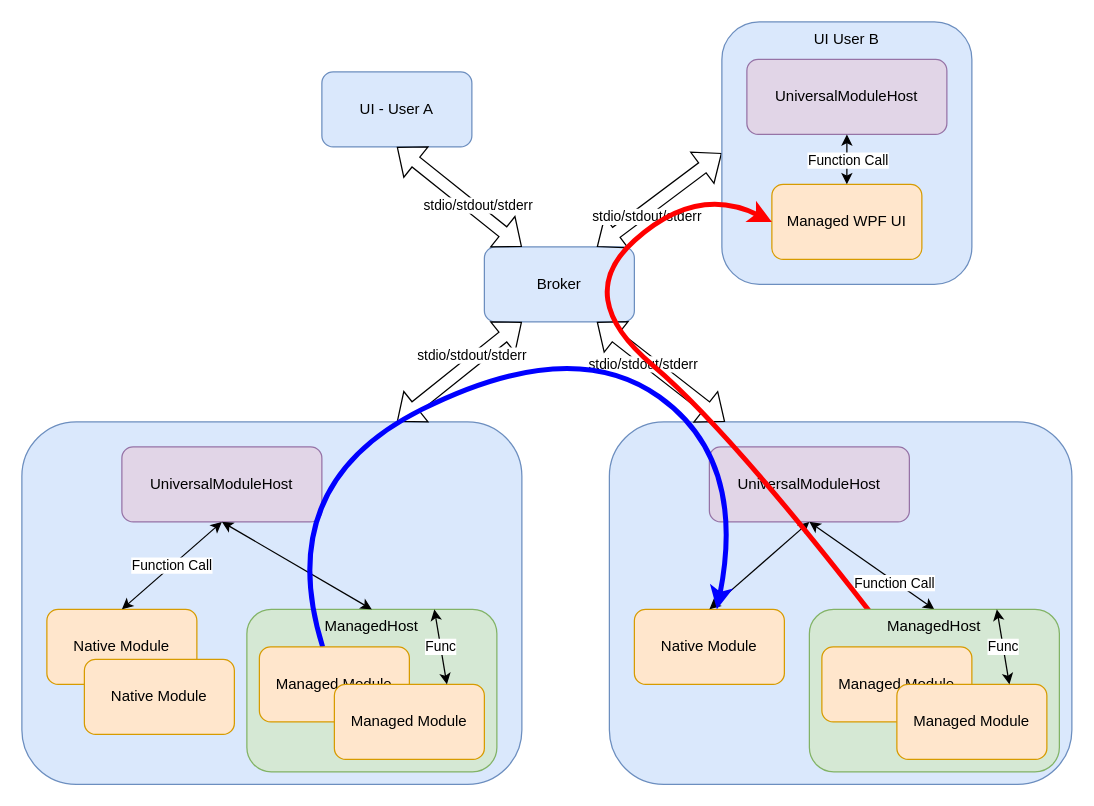
Above: img/BrokerProcess.drawio in AndreGleichner/UniversalModuleHost (draw.io), before the change. Source tidied: cells renumbered, new cells numbered last; positions are measured from the earlier drawing's top-left corner, leaving out a move shared by most shapes. Both pictures are drawn from the tidied source at 125%, with x=0, y=0 at pixel (21, 21).
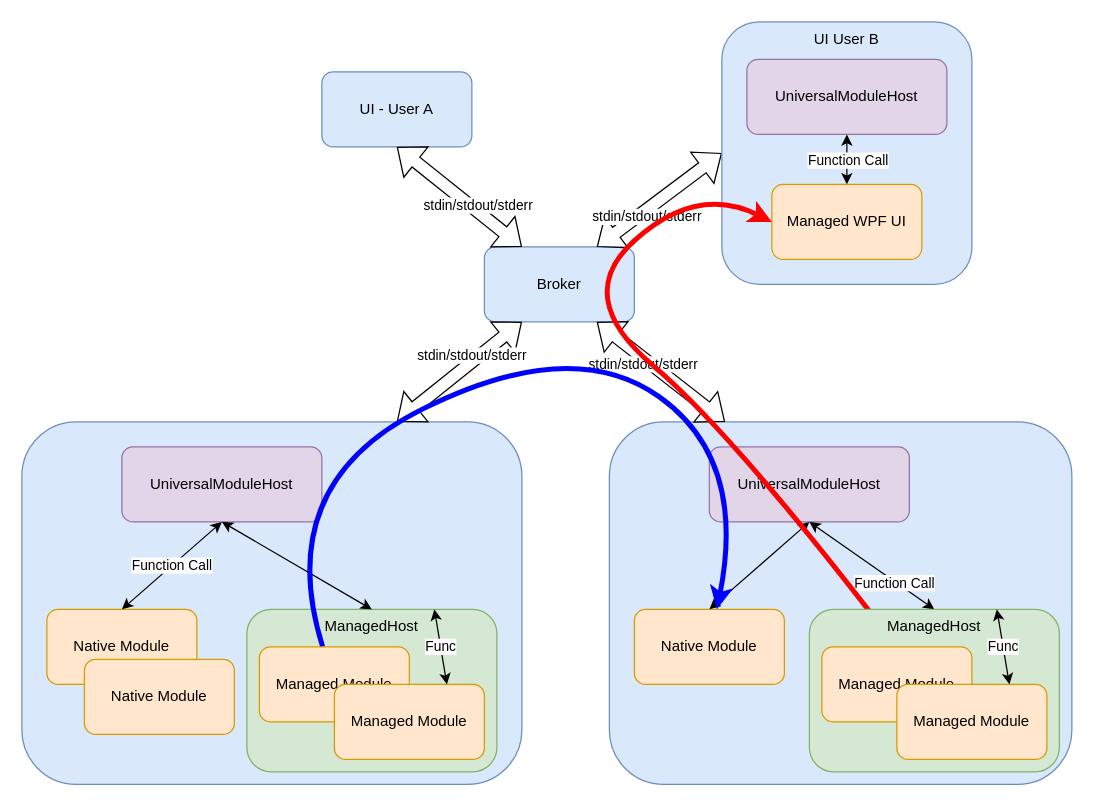
The same diagram, later.

Unchanged cells that the change refers to:
```xml
<mxCell id="9" style="shape=flexArrow;endArrow=classic;startArrow=classic;html=1;rounded=0;entryX=0.25;entryY=1;entryDx=0;entryDy=0;exitX=0.75;exitY=0;exitDx=0;exitDy=0;" parent="1" edge="1" source="2" target="4">
  <mxGeometry relative="1" as="geometry" />
</mxCell>
<mxCell id="12" style="shape=flexArrow;endArrow=classic;startArrow=classic;html=1;rounded=0;entryX=0.25;entryY=0;entryDx=0;entryDy=0;exitX=0.5;exitY=1;exitDx=0;exitDy=0;" parent="1" edge="1" source="11" target="4">
  <mxGeometry relative="1" as="geometry" />
</mxCell>
<mxCell id="14" style="shape=flexArrow;endArrow=classic;startArrow=classic;html=1;rounded=0;entryX=0.75;entryY=0;entryDx=0;entryDy=0;exitX=0;exitY=0.5;exitDx=0;exitDy=0;" parent="1" edge="1" source="29" target="4">
  <mxGeometry relative="1" as="geometry" />
</mxCell>
<mxCell id="22" style="shape=flexArrow;endArrow=classic;startArrow=classic;html=1;rounded=0;entryX=0.75;entryY=1;entryDx=0;entryDy=0;exitX=0.25;exitY=0;exitDx=0;exitDy=0;" parent="1" edge="1" source="16" target="4">
  <mxGeometry relative="1" as="geometry" />
</mxCell>
```

The edit, as a diff of the source:
```diff
@@
-    <mxCell id="10" value="stdio/stdout/stderr" style="edgeLabel;html=1;align=center;verticalAlign=middle;" parent="9" vertex="1">
+    <mxCell id="10" value="stdin/stdout/stderr" style="edgeLabel;html=1;align=center;verticalAlign=middle;" parent="9" vertex="1">
       <mxGeometry x="0.25" y="4" relative="1" as="geometry" />
     </mxCell>
@@
-    <mxCell id="13" value="stdio/stdout/stderr" style="edgeLabel;html=1;align=center;verticalAlign=middle;" parent="12" vertex="1">
+    <mxCell id="13" value="stdin/stdout/stderr" style="edgeLabel;html=1;align=center;verticalAlign=middle;" parent="12" vertex="1">
       <mxGeometry x="0.25" y="4" relative="1" as="geometry" />
     </mxCell>
@@
-    <mxCell id="15" value="stdio/stdout/stderr" style="edgeLabel;html=1;align=center;verticalAlign=middle;" parent="14" vertex="1">
+    <mxCell id="15" value="stdin/stdout/stderr" style="edgeLabel;html=1;align=center;verticalAlign=middle;" parent="14" vertex="1">
       <mxGeometry x="0.25" y="4" relative="1" as="geometry" />
     </mxCell>
@@
-    <mxCell id="23" value="stdio/stdout/stderr" style="edgeLabel;html=1;align=center;verticalAlign=middle;" parent="22" vertex="1">
+    <mxCell id="23" value="stdin/stdout/stderr" style="edgeLabel;html=1;align=center;verticalAlign=middle;" parent="22" vertex="1">
       <mxGeometry x="0.25" y="4" relative="1" as="geometry" />
     </mxCell>
```
